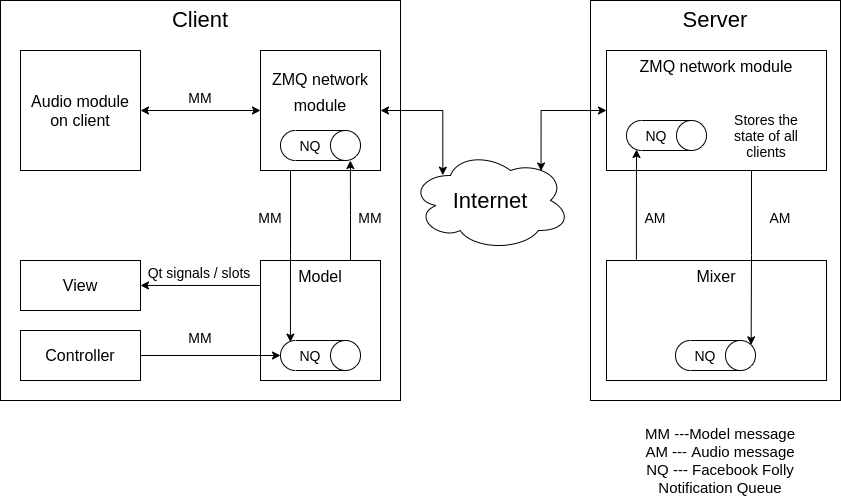
Before: resources/structure.png, a diagram exported from draw.io (DenisovNikita/PosiPhone). Source tidied: cells renumbered, new cells last; positions are measured from the earlier drawing's top-left corner, leaving out a move shared by most shapes.
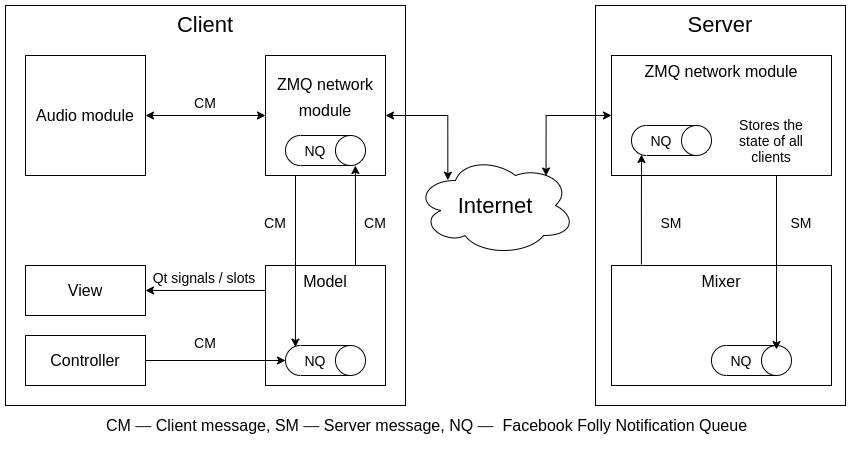
Above is the later version.

Diff of the diagram source:
```diff
@@ -26,7 +26,7 @@
     <mxCell id="9" style="edgeStyle=orthogonalEdgeStyle;rounded=0;jettySize=auto;html=1;exitX=1;exitY=0.5;exitDx=0;exitDy=0;entryX=0;entryY=0.5;entryDx=0;entryDy=0;fontSize=22;startFill=1;endFill=1;endSize=6;strokeColor=#000000;startArrow=classic;" parent="1" edge="1" source="10" target="8">
       <mxGeometry relative="1" as="geometry" />
     </mxCell>
-    <mxCell id="10" value="&lt;div&gt;&lt;font style=&quot;font-size: 16px&quot;&gt;Audio module on client&lt;br&gt;&lt;/font&gt;&lt;/div&gt;" style="rounded=0;whiteSpace=wrap;html=1;" parent="1" vertex="1">
+    <mxCell id="10" value="&lt;div&gt;&lt;font style=&quot;font-size: 16px&quot;&gt;Audio module&lt;br&gt;&lt;/font&gt;&lt;/div&gt;" style="rounded=0;whiteSpace=wrap;html=1;" parent="1" vertex="1">
       <mxGeometry x="20" y="50" width="120" height="120" as="geometry" />
     </mxCell>
     <mxCell id="11" style="edgeStyle=orthogonalEdgeStyle;rounded=0;jettySize=auto;html=1;exitX=1;exitY=0.5;exitDx=0;exitDy=0;entryX=0.5;entryY=1;entryDx=0;entryDy=0;entryPerimeter=0;fontSize=22;" parent="1" edge="1" source="12" target="14">
@@ -59,16 +59,16 @@
     <mxCell id="20" value="&lt;div&gt;&lt;span style=&quot;font-size: 16px&quot;&gt;ZMQ network module&lt;/span&gt;&lt;br&gt;&lt;/div&gt;" style="text;html=1;strokeColor=none;fillColor=none;align=center;verticalAlign=middle;whiteSpace=wrap;rounded=0;fontSize=22;" parent="1" vertex="1">
       <mxGeometry x="271.2" y="80" width="97.5" height="20" as="geometry" />
     </mxCell>
-    <mxCell id="21" value="&lt;font style=&quot;font-size: 14px&quot;&gt;MM&lt;/font&gt;" style="text;html=1;strokeColor=none;fillColor=none;align=center;verticalAlign=middle;whiteSpace=wrap;rounded=0;fontSize=22;" parent="1" vertex="1">
+    <mxCell id="21" value="&lt;font style=&quot;font-size: 14px&quot;&gt;CM&lt;/font&gt;" style="text;html=1;strokeColor=none;fillColor=none;align=center;verticalAlign=middle;whiteSpace=wrap;rounded=0;fontSize=22;" parent="1" vertex="1">
       <mxGeometry x="135" y="80" width="130" height="30" as="geometry" />
     </mxCell>
-    <mxCell id="22" value="&lt;font style=&quot;font-size: 14px&quot;&gt;MM&lt;/font&gt;" style="text;html=1;strokeColor=none;fillColor=none;align=center;verticalAlign=middle;whiteSpace=wrap;rounded=0;fontSize=22;" parent="1" vertex="1">
+    <mxCell id="22" value="&lt;font style=&quot;font-size: 14px&quot;&gt;CM&lt;/font&gt;" style="text;html=1;strokeColor=none;fillColor=none;align=center;verticalAlign=middle;whiteSpace=wrap;rounded=0;fontSize=22;" parent="1" vertex="1">
       <mxGeometry x="250" y="200" width="40" height="30" as="geometry" />
     </mxCell>
-    <mxCell id="23" value="&lt;font style=&quot;font-size: 14px&quot;&gt;MM&lt;/font&gt;" style="text;html=1;strokeColor=none;fillColor=none;align=center;verticalAlign=middle;whiteSpace=wrap;rounded=0;fontSize=22;" parent="1" vertex="1">
+    <mxCell id="23" value="&lt;font style=&quot;font-size: 14px&quot;&gt;CM&lt;/font&gt;" style="text;html=1;strokeColor=none;fillColor=none;align=center;verticalAlign=middle;whiteSpace=wrap;rounded=0;fontSize=22;" parent="1" vertex="1">
       <mxGeometry x="135" y="320" width="130" height="30" as="geometry" />
     </mxCell>
-    <mxCell id="24" value="&lt;font style=&quot;font-size: 14px&quot;&gt;MM&lt;/font&gt;" style="text;html=1;strokeColor=none;fillColor=none;align=center;verticalAlign=middle;whiteSpace=wrap;rounded=0;fontSize=22;" parent="1" vertex="1">
+    <mxCell id="24" value="&lt;font style=&quot;font-size: 14px&quot;&gt;CM&lt;/font&gt;" style="text;html=1;strokeColor=none;fillColor=none;align=center;verticalAlign=middle;whiteSpace=wrap;rounded=0;fontSize=22;" parent="1" vertex="1">
       <mxGeometry x="350" y="200" width="40" height="30" as="geometry" />
     </mxCell>
     <mxCell id="25" value="&lt;font style=&quot;font-size: 22px&quot;&gt;Internet&lt;/font&gt;" style="ellipse;shape=cloud;whiteSpace=wrap;html=1;fontSize=14;align=center;verticalAlign=middle;" parent="1" vertex="1">
@@ -86,7 +86,7 @@
       <mxGeometry x="606" y="260" width="220" height="120" as="geometry" />
     </mxCell>
     <mxCell id="28" style="group;fontSize=14;" parent="1" vertex="1">
-      <mxGeometry x="675" y="340" width="80" height="30" as="geometry" />
+      <mxGeometry x="706" y="340" width="80" height="30" as="geometry" />
     </mxCell>
     <mxCell id="29" value="&lt;div&gt;&lt;br&gt;&lt;/div&gt;" style="shape=cylinder3;whiteSpace=wrap;html=1;boundedLbl=1;backgroundOutline=1;size=15;rotation=90;" parent="28" vertex="1">
       <mxGeometry x="25" y="-25" width="30" height="80" as="geometry" />
@@ -94,9 +94,12 @@
     <mxCell id="30" value="&lt;font style=&quot;font-size: 14px&quot;&gt;NQ&lt;/font&gt;" style="text;html=1;strokeColor=none;fillColor=none;align=center;verticalAlign=middle;whiteSpace=wrap;rounded=0;" parent="28" vertex="1">
       <mxGeometry x="10" y="5" width="40" height="20" as="geometry" />
     </mxCell>
-    <mxCell id="31" style="edgeStyle=orthogonalEdgeStyle;rounded=0;jettySize=auto;html=1;entryX=0.145;entryY=0;entryDx=0;entryDy=4.35;entryPerimeter=0;fontSize=14;startArrow=none;startFill=0;endFill=1;endSize=6;strokeColor=#000000;" parent="1" edge="1" target="29">
+    <mxCell id="31" style="edgeStyle=orthogonalEdgeStyle;rounded=0;jettySize=auto;html=1;fontSize=14;startArrow=none;startFill=0;endFill=1;endSize=6;strokeColor=#000000;exitX=0.75;exitY=1;exitDx=0;exitDy=0;" parent="1" edge="1" source="33">
       <mxGeometry relative="1" as="geometry">
-        <mxPoint x="751" y="170" as="sourcePoint" />
+        <mxPoint x="771" y="344" as="targetPoint" />
+        <Array as="points">
+          <mxPoint x="771" y="344" />
+        </Array>
       </mxGeometry>
     </mxCell>
     <mxCell id="32" style="edgeStyle=orthogonalEdgeStyle;rounded=0;jettySize=auto;html=1;exitX=0;exitY=0.5;exitDx=0;exitDy=0;entryX=0.816;entryY=0.205;entryDx=0;entryDy=0;entryPerimeter=0;fontSize=14;startArrow=classic;startFill=1;endFill=1;endSize=6;strokeColor=#000000;" parent="1" edge="1" source="33" target="25">
@@ -124,17 +127,17 @@
     <mxCell id="38" style="edgeStyle=orthogonalEdgeStyle;rounded=0;jettySize=auto;html=1;exitX=0.75;exitY=0;exitDx=0;exitDy=0;entryX=0.749;entryY=0.917;entryDx=0;entryDy=0;entryPerimeter=0;fontSize=14;startArrow=none;startFill=0;endFill=1;endSize=6;strokeColor=#000000;" parent="1" edge="1" source="6" target="8">
       <mxGeometry relative="1" as="geometry" />
     </mxCell>
-    <mxCell id="39" value="&lt;font style=&quot;font-size: 14px&quot;&gt;AM&lt;/font&gt;" style="text;html=1;strokeColor=none;fillColor=none;align=center;verticalAlign=middle;whiteSpace=wrap;rounded=0;fontSize=22;" parent="1" vertex="1">
-      <mxGeometry x="635" y="200" width="40" height="30" as="geometry" />
+    <mxCell id="39" value="&lt;font style=&quot;font-size: 14px&quot;&gt;SM&lt;/font&gt;" style="text;html=1;strokeColor=none;fillColor=none;align=center;verticalAlign=middle;whiteSpace=wrap;rounded=0;fontSize=22;" parent="1" vertex="1">
+      <mxGeometry x="646" y="200" width="40" height="30" as="geometry" />
     </mxCell>
-    <mxCell id="40" value="&lt;font style=&quot;font-size: 14px&quot;&gt;AM&lt;/font&gt;" style="text;html=1;strokeColor=none;fillColor=none;align=center;verticalAlign=middle;whiteSpace=wrap;rounded=0;fontSize=22;" parent="1" vertex="1">
-      <mxGeometry x="760" y="200" width="40" height="30" as="geometry" />
+    <mxCell id="40" value="&lt;font style=&quot;font-size: 14px&quot;&gt;SM&lt;/font&gt;" style="text;html=1;strokeColor=none;fillColor=none;align=center;verticalAlign=middle;whiteSpace=wrap;rounded=0;fontSize=22;" parent="1" vertex="1">
+      <mxGeometry x="776" y="200" width="40" height="30" as="geometry" />
     </mxCell>
     <mxCell id="41" value="&lt;font style=&quot;font-size: 14px&quot;&gt;Stores the state of all clients&lt;br&gt;&lt;/font&gt;" style="text;html=1;strokeColor=none;fillColor=none;align=center;verticalAlign=middle;whiteSpace=wrap;rounded=0;" parent="1" vertex="1">
       <mxGeometry x="716" y="125" width="100" height="20" as="geometry" />
     </mxCell>
-    <mxCell id="42" value="&lt;font style=&quot;font-size: 15px&quot;&gt;MM ---Model message&lt;br&gt;AM --- Audio message&lt;br&gt;NQ --- Facebook Folly Notification Queue&lt;/font&gt;" style="text;html=1;strokeColor=none;fillColor=none;align=center;verticalAlign=middle;whiteSpace=wrap;rounded=0;perimeterSpacing=5;strokeWidth=5;" parent="1" vertex="1">
-      <mxGeometry x="635" y="440" width="170" height="40" as="geometry" />
+    <mxCell id="42" value="&lt;font style=&quot;font-size: 16px&quot;&gt;CM&amp;nbsp;&lt;span style=&quot;color: rgb(47 , 45 , 46) ; background-color: rgb(255 , 255 , 255)&quot;&gt;—&lt;/span&gt;&amp;nbsp;Client message,&amp;nbsp;SM&amp;nbsp;&lt;span style=&quot;background-color: rgb(255 , 255 , 255) ; color: rgb(47 , 45 , 46)&quot;&gt;—&amp;nbsp;&lt;/span&gt;Server message,&amp;nbsp;NQ&amp;nbsp;&lt;span style=&quot;color: rgb(47 , 45 , 46) ; background-color: rgb(255 , 255 , 255)&quot;&gt;—&amp;nbsp;&lt;/span&gt;&amp;nbsp;Facebook Folly Notification Queue&lt;/font&gt;" style="text;html=1;strokeColor=none;fillColor=none;align=center;verticalAlign=middle;whiteSpace=wrap;rounded=0;perimeterSpacing=5;strokeWidth=5;" parent="1" vertex="1">
+      <mxGeometry x="47" y="400" width="749" height="40" as="geometry" />
     </mxCell>
   </root>
 </mxGraphModel>
```
